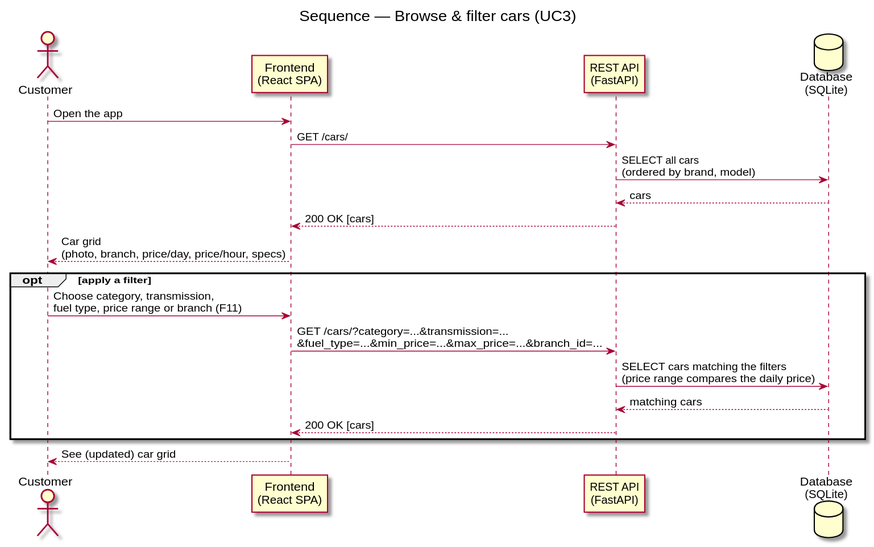
DavidMagyarics/CarRentalVSB keeps this PlantUML diagram as docs/diagrams/sequence-browse-cars.svg. Above is the earlier version.
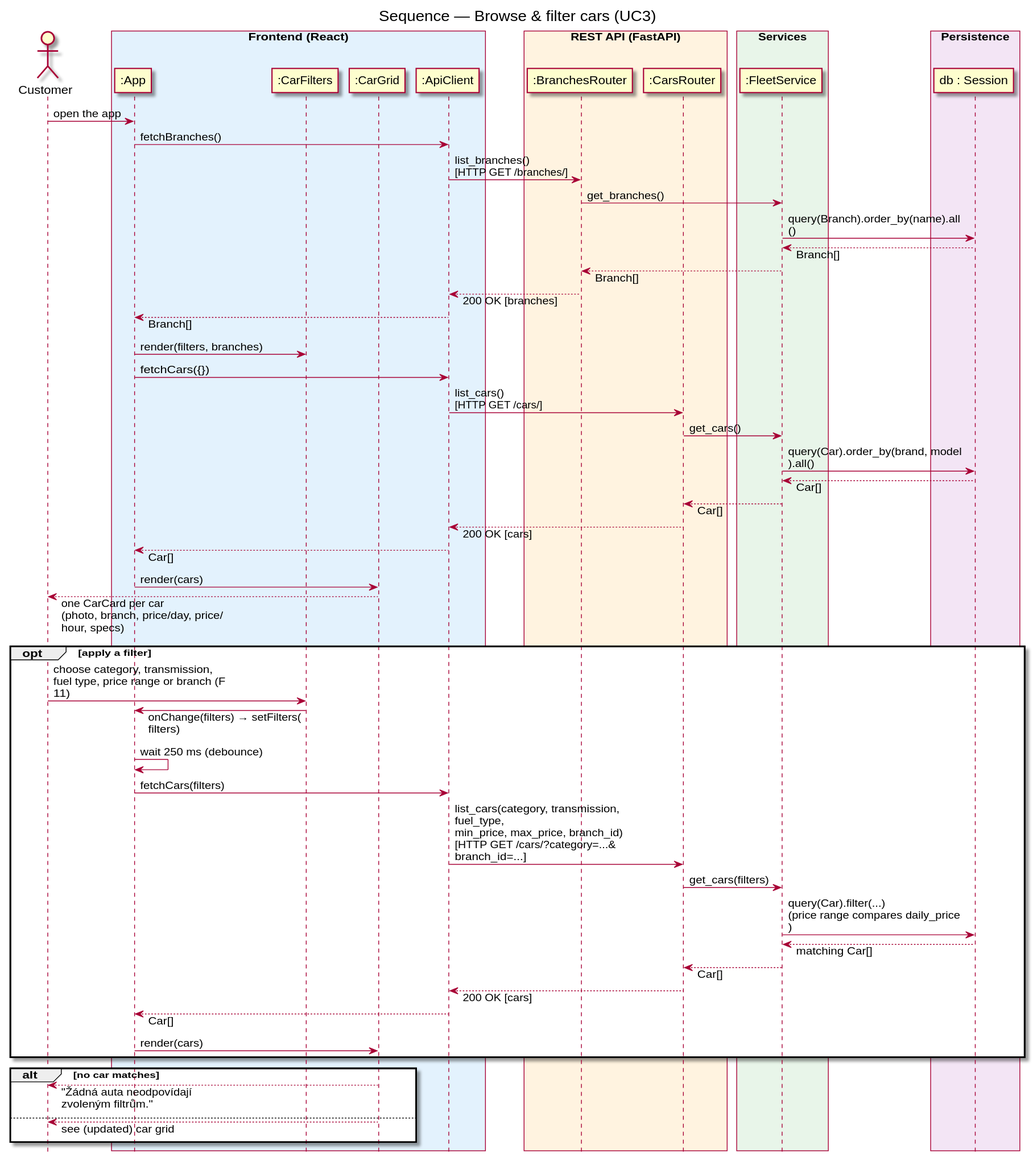
The same diagram one commit later.

The edit, as a diff of the source:
```diff
@@ -1,26 +1,68 @@
 @startuml sequence-browse-cars
 skinparam backgroundColor white
+skinparam responseMessageBelowArrow true
+skinparam maxMessageSize 220
+hide footbox
 title Sequence — Browse & filter cars (UC3)
 
 actor Customer
-participant "Frontend\n(React SPA)" as FE
-participant "REST API\n(FastAPI)" as API
-database "Database\n(SQLite)" as DB
+box "Frontend (React)" #E3F2FD
+  participant ":App" as App
+  participant ":CarFilters" as CarFilters
+  participant ":CarGrid" as CarGrid
+  participant ":ApiClient" as ApiClient
+end box
+box "REST API (FastAPI)" #FFF3E0
+  participant ":BranchesRouter" as BranchesRouter
+  participant ":CarsRouter" as CarsRouter
+end box
+box "Services" #E8F5E9
+  participant ":FleetService" as FleetService
+end box
+box "Persistence" #F3E5F5
+  participant "db : Session" as DB
+end box
 
-Customer -> FE: Open the app
-FE -> API: GET /cars/
-API -> DB: SELECT all cars\n(ordered by brand, model)
-DB --> API: cars
-API --> FE: 200 OK [cars]
-FE --> Customer: Car grid\n(photo, branch, price/day, price/hour, specs)
+Customer -> App : open the app
+App -> ApiClient : fetchBranches()
+ApiClient -> BranchesRouter : list_branches()\n[HTTP GET /branches/]
+BranchesRouter -> FleetService : get_branches()
+FleetService -> DB : query(Branch).order_by(name).all()
+DB --> FleetService : Branch[]
+FleetService --> BranchesRouter : Branch[]
+BranchesRouter --> ApiClient : 200 OK [branches]
+ApiClient --> App : Branch[]
+App -> CarFilters : render(filters, branches)
+
+App -> ApiClient : fetchCars({})
+ApiClient -> CarsRouter : list_cars()\n[HTTP GET /cars/]
+CarsRouter -> FleetService : get_cars()
+FleetService -> DB : query(Car).order_by(brand, model).all()
+DB --> FleetService : Car[]
+FleetService --> CarsRouter : Car[]
+CarsRouter --> ApiClient : 200 OK [cars]
+ApiClient --> App : Car[]
+App -> CarGrid : render(cars)
+CarGrid --> Customer : one CarCard per car\n(photo, branch, price/day, price/hour, specs)
 
 opt apply a filter
-  Customer -> FE: Choose category, transmission,\nfuel type, price range or branch (F11)
-  FE -> API: GET /cars/?category=...&transmission=...\n&fuel_type=...&min_price=...&max_price=...&branch_id=...
-  API -> DB: SELECT cars matching the filters\n(price range compares the daily price)
-  DB --> API: matching cars
-  API --> FE: 200 OK [cars]
+  Customer -> CarFilters : choose category, transmission,\nfuel type, price range or branch (F11)
+  CarFilters -> App : onChange(filters) → setFilters(filters)
+  App -> App : wait 250 ms (debounce)
+  App -> ApiClient : fetchCars(filters)
+  ApiClient -> CarsRouter : list_cars(category, transmission, fuel_type,\nmin_price, max_price, branch_id)\n[HTTP GET /cars/?category=...&branch_id=...]
+  CarsRouter -> FleetService : get_cars(filters)
+  FleetService -> DB : query(Car).filter(...)\n(price range compares daily_price)
+  DB --> FleetService : matching Car[]
+  FleetService --> CarsRouter : Car[]
+  CarsRouter --> ApiClient : 200 OK [cars]
+  ApiClient --> App : Car[]
+  App -> CarGrid : render(cars)
 end
 
-FE --> Customer: See (updated) car grid
+alt no car matches
+  CarGrid --> Customer : "Žádná auta neodpovídají zvoleným filtrům."
+else
+  CarGrid --> Customer : see (updated) car grid
+end
 @enduml
```
